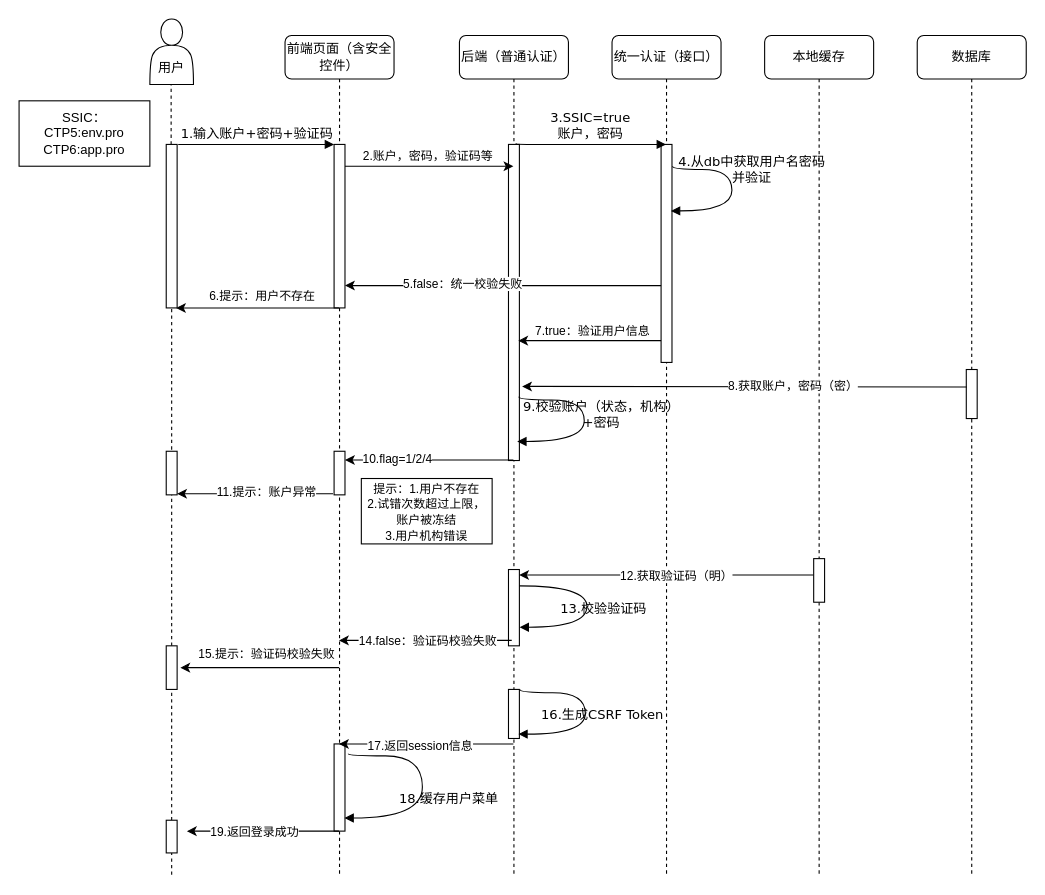
Before: Untitled Diagram.drawio in qianxiaomai0316/TortoiseGitTest, a draw.io diagram. Source tidied: cells renumbered, new cells numbered last; positions are measured from the earlier drawing's top-left corner, leaving out a move shared by most shapes. Both pictures are drawn from the tidied source at 109%, with x=0, y=0 at pixel (19, 19).
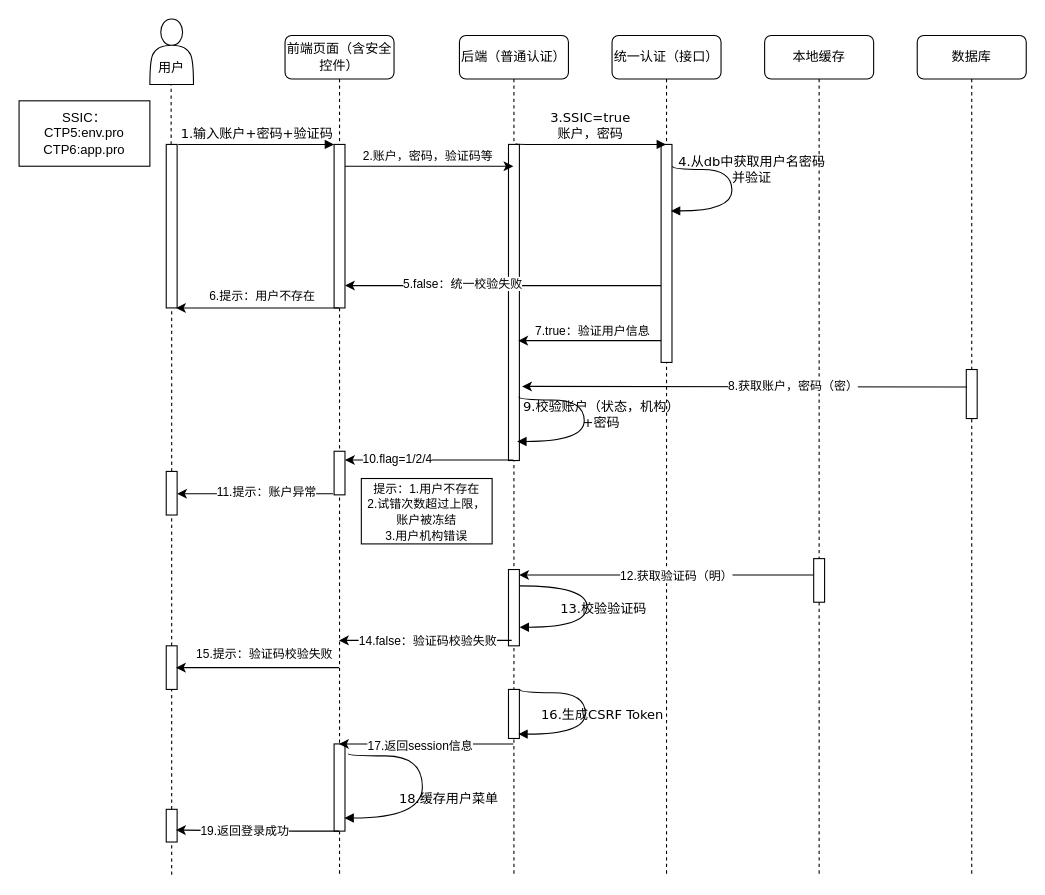
After the change.

Unchanged cells that the change refers to:
```xml
<mxCell id="26" style="html=1;points=[];perimeter=orthogonalPerimeter;rounded=0;shadow=0;comic=0;labelBackgroundColor=none;strokeWidth=1;fontFamily=Verdana;fontSize=12;align=center;" parent="1" vertex="1">
  <mxGeometry x="135" y="115" width="10" height="150" as="geometry" />
</mxCell>
<mxCell id="35" style="html=1;points=[];perimeter=orthogonalPerimeter;rounded=0;shadow=0;comic=0;labelBackgroundColor=none;strokeWidth=1;fontFamily=Verdana;fontSize=12;align=center;" parent="1" vertex="1">
  <mxGeometry x="135" y="575" width="10" height="40" as="geometry" />
</mxCell>
```

The edit, as a diff of the source:
```diff
@@
-    <mxCell id="27" style="endArrow=none;dashed=1;html=1;" parent="1" edge="1" source="35" target="26">
+    <mxCell id="27" style="endArrow=none;dashed=1;html=1;" parent="1" edge="1" source="42" target="26">
       <mxGeometry relative="1" as="geometry" />
     </mxCell>
@@
     <mxCell id="37" style="endArrow=classic;html=1;strokeColor=#000000;" parent="1" edge="1">
       <mxGeometry relative="1" as="geometry">
         <mxPoint x="293.5" y="595" as="sourcePoint" />
-        <mxPoint x="148" y="595" as="targetPoint" />
+        <mxPoint x="144" y="595" as="targetPoint" />
         <Array as="points">
           <mxPoint x="264" y="595" />
           <mxPoint x="244" y="595" />
           <mxPoint x="194" y="595" />
         </Array>
       </mxGeometry>
     </mxCell>
@@
-    <mxCell id="42" style="html=1;points=[];perimeter=orthogonalPerimeter;rounded=0;shadow=0;comic=0;labelBackgroundColor=none;strokeWidth=1;fontFamily=Verdana;fontSize=12;align=center;" parent="1" vertex="1">
-      <mxGeometry x="135" y="396.5" width="10" height="40" as="geometry" />
-    </mxCell>
@@
     <mxCell id="50" style="html=1;points=[];perimeter=orthogonalPerimeter;rounded=0;shadow=0;comic=0;labelBackgroundColor=none;strokeWidth=1;fontFamily=Verdana;fontSize=12;align=center;" parent="1" vertex="1">
-      <mxGeometry x="135" y="735" width="10" height="30" as="geometry" />
+      <mxGeometry x="135" y="725" width="10" height="30" as="geometry" />
     </mxCell>
@@
-    <mxCell id="52" style="endArrow=classic;html=1;strokeColor=#000000;" parent="1" edge="1">
+    <mxCell id="52" style="endArrow=classic;html=1;strokeColor=#000000;entryX=0.9;entryY=0.633;entryDx=0;entryDy=0;entryPerimeter=0;" parent="1" edge="1" target="50">
       <mxGeometry relative="1" as="geometry">
         <mxPoint x="293.5" y="745" as="sourcePoint" />
-        <mxPoint x="154" y="745" as="targetPoint" />
         <Array as="points">
           <mxPoint x="244" y="745" />
         </Array>
       </mxGeometry>
     </mxCell>
@@
+    <mxCell id="42" style="html=1;points=[];perimeter=orthogonalPerimeter;rounded=0;shadow=0;comic=0;labelBackgroundColor=none;strokeWidth=1;fontFamily=Verdana;fontSize=12;align=center;" parent="1" vertex="1">
+      <mxGeometry x="135" y="415" width="10" height="40" as="geometry" />
+    </mxCell>
+    <mxCell id="58" style="endArrow=none;dashed=1;html=1;" parent="1" edge="1" source="35" target="42">
+      <mxGeometry relative="1" as="geometry" />
+    </mxCell>
```
